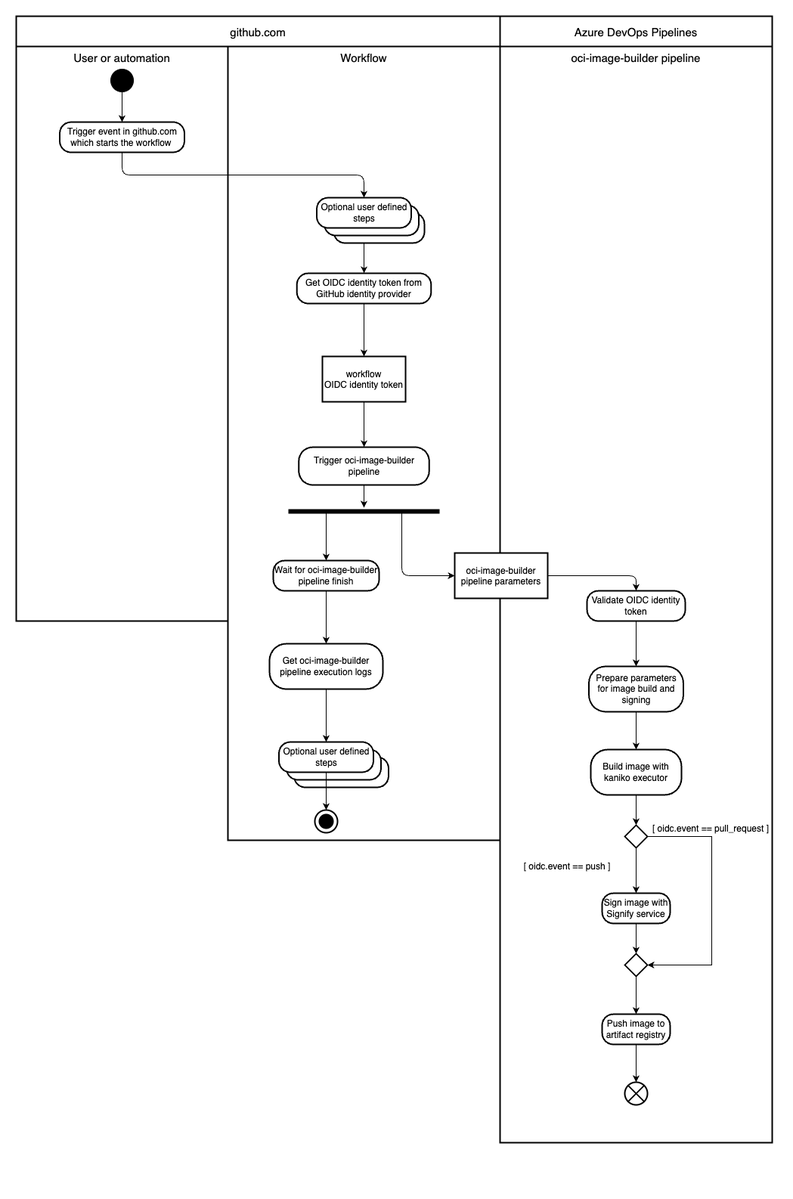
Before: cmd/image-builder/documentation_assets/image-builder-activity-diagram.png, a diagram exported from draw.io (kyma-project/test-infra). Source tidied: cells renumbered, new cells last; positions are measured from the earlier drawing's top-left corner, leaving out a move shared by most shapes.
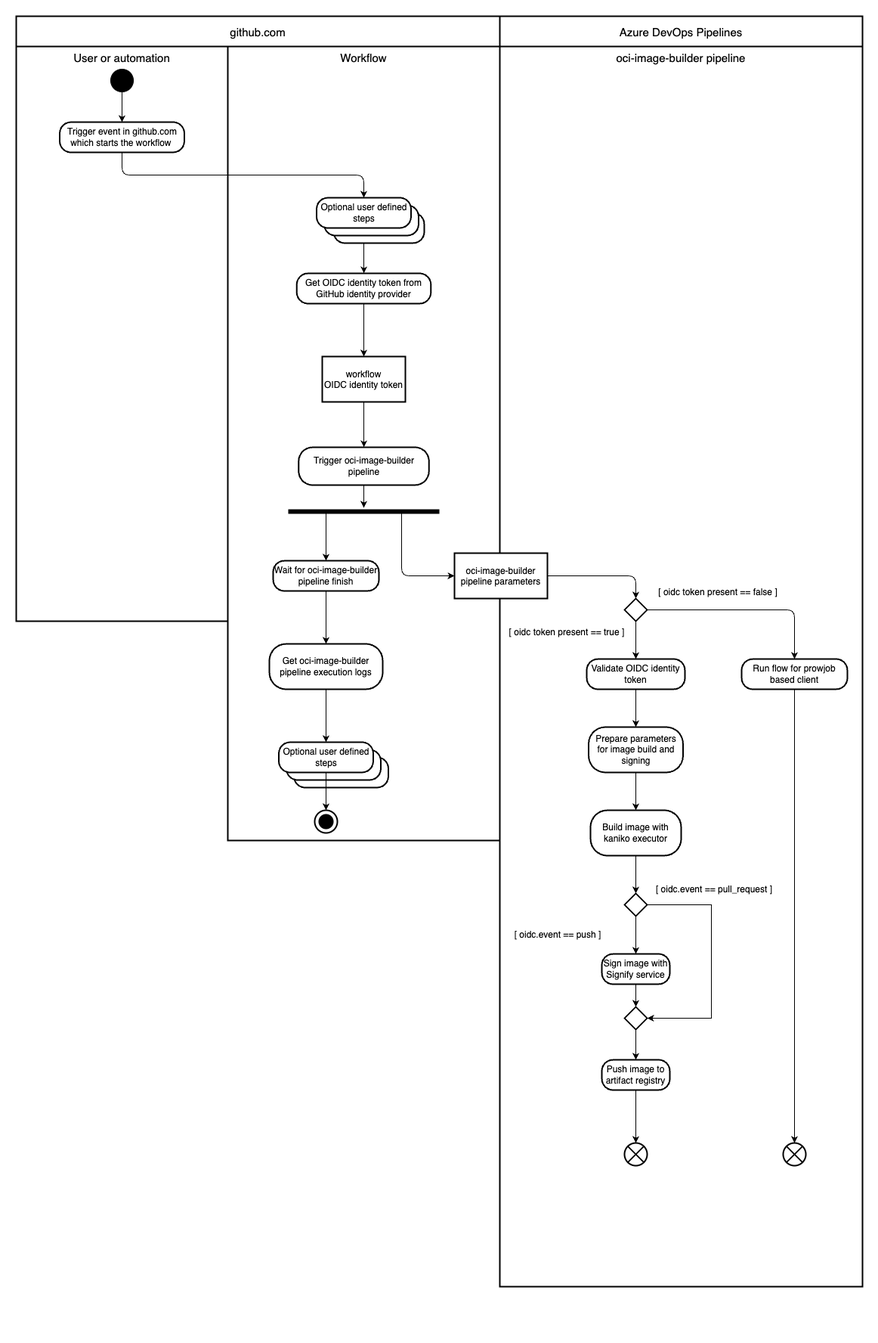
Above is the later version.

Commit message:
Describe parameters verification for call originating from prow.

What changed in the source:
```diff
@@ -6,7 +6,7 @@
       <mxGeometry y="40" width="280" height="760" as="geometry" />
     </mxCell>
     <mxCell id="3" value="Best viewed with the &lt;a href=&quot;https://github.com/ariel-bentu/tam-drawio&quot;&gt;TAM plugin&lt;/a&gt;" style="text;html=1;shape=tamPluginMissing;" parent="1" vertex="1">
-      <mxGeometry x="778.8" y="1520" width="200" height="25" as="geometry" />
+      <mxGeometry x="900" y="1710" width="200" height="25" as="geometry" />
     </mxCell>
     <mxCell id="4" style="edgeStyle=orthogonalEdgeStyle;rounded=0;jettySize=auto;html=1;" parent="1" edge="1" source="5" target="7">
       <mxGeometry relative="1" as="geometry" />
@@ -44,7 +44,7 @@
       <mxGeometry x="373.8" y="570" width="172.5" height="50" as="geometry" />
     </mxCell>
     <mxCell id="15" value="oci-image-builder pipeline" style="shape=agent;offsetSize=8;strokeWidth=2;verticalAlign=top;fontSize=15;" parent="1" vertex="1">
-      <mxGeometry x="640" y="40" width="360" height="1450" as="geometry" />
+      <mxGeometry x="640" y="40" width="480" height="1640" as="geometry" />
     </mxCell>
     <mxCell id="16" value="oci-image-builder&#10;pipeline parameters" style="shape=agent;offsetSize=8;strokeWidth=2;" parent="1" vertex="1">
       <mxGeometry x="580" y="710" width="123.1" height="60" as="geometry" />
@@ -53,49 +53,49 @@
       <mxGeometry relative="1" as="geometry" />
     </mxCell>
     <mxCell id="18" value="Validate OIDC identity token" style="rounded=1;whiteSpace=wrap;html=1;strokeWidth=2;arcSize=37;" parent="1" vertex="1">
-      <mxGeometry x="755" y="760" width="130" height="40" as="geometry" />
+      <mxGeometry x="755" y="850" width="130" height="40" as="geometry" />
     </mxCell>
-    <mxCell id="19" style="edgeStyle=orthogonalEdgeStyle;rounded=1;jettySize=auto;html=1;exitX=1;exitY=0.5;exitDx=0;exitDy=0;entryX=0.5;entryY=0;entryDx=0;entryDy=0;startArrow=none;startFill=0;endArrow=classic;endFill=1;startSize=6;endSize=6;align=center;fontSize=12;labelBackgroundColor=none;" parent="1" edge="1" source="16" target="18">
+    <mxCell id="19" style="edgeStyle=orthogonalEdgeStyle;rounded=1;jettySize=auto;html=1;exitX=1;exitY=0.5;exitDx=0;exitDy=0;entryX=0.5;entryY=0;entryDx=0;entryDy=0;startArrow=none;startFill=0;endArrow=classic;endFill=1;startSize=6;endSize=6;align=center;fontSize=12;labelBackgroundColor=none;" parent="1" edge="1" source="16" target="57">
       <mxGeometry relative="1" as="geometry" />
     </mxCell>
     <mxCell id="20" style="edgeStyle=orthogonalEdgeStyle;rounded=0;jettySize=auto;html=1;" parent="1" edge="1" source="21" target="23">
       <mxGeometry relative="1" as="geometry" />
     </mxCell>
     <mxCell id="21" value="Prepare parameters for image build and signing" style="rounded=1;whiteSpace=wrap;html=1;strokeWidth=2;arcSize=37;" parent="1" vertex="1">
-      <mxGeometry x="757.5" y="860" width="125" height="60" as="geometry" />
+      <mxGeometry x="757.5" y="940" width="125" height="60" as="geometry" />
     </mxCell>
     <mxCell id="22" style="edgeStyle=orthogonalEdgeStyle;rounded=0;jettySize=auto;html=1;" parent="1" edge="1" source="23" target="25">
       <mxGeometry relative="1" as="geometry" />
     </mxCell>
     <mxCell id="23" value="Build image with kaniko executor" style="rounded=1;whiteSpace=wrap;html=1;strokeWidth=2;arcSize=37;" parent="1" vertex="1">
-      <mxGeometry x="760" y="970" width="120" height="60" as="geometry" />
+      <mxGeometry x="760" y="1050" width="120" height="60" as="geometry" />
     </mxCell>
     <mxCell id="24" style="edgeStyle=orthogonalEdgeStyle;rounded=0;jettySize=auto;html=1;" parent="1" edge="1" source="25" target="27">
       <mxGeometry relative="1" as="geometry" />
     </mxCell>
     <mxCell id="25" style="rhombus;html=1;strokeWidth=2;" parent="1" vertex="1">
-      <mxGeometry x="805" y="1070" width="30" height="30" as="geometry" />
+      <mxGeometry x="805" y="1160" width="30" height="30" as="geometry" />
     </mxCell>
     <mxCell id="26" style="edgeStyle=orthogonalEdgeStyle;rounded=0;jettySize=auto;html=1;" parent="1" edge="1" source="27" target="32">
       <mxGeometry relative="1" as="geometry" />
     </mxCell>
     <mxCell id="27" value="Sign image with Signify service" style="rounded=1;whiteSpace=wrap;html=1;strokeWidth=2;arcSize=37;" parent="1" vertex="1">
-      <mxGeometry x="775" y="1160" width="90" height="40" as="geometry" />
+      <mxGeometry x="775" y="1240" width="90" height="40" as="geometry" />
     </mxCell>
     <mxCell id="28" style="edgeStyle=orthogonalEdgeStyle;rounded=0;jettySize=auto;html=1;" parent="1" edge="1" source="29" target="30">
       <mxGeometry relative="1" as="geometry" />
     </mxCell>
     <mxCell id="29" value="Push image to artifact registry" style="rounded=1;whiteSpace=wrap;html=1;strokeWidth=2;arcSize=37;" parent="1" vertex="1">
-      <mxGeometry x="775" y="1320" width="90" height="40" as="geometry" />
+      <mxGeometry x="775" y="1380" width="90" height="40" as="geometry" />
     </mxCell>
     <mxCell id="30" style="shape=sumEllipse;perimeter=ellipsePerimeter;whiteSpace=wrap;html=1;backgroundOutline=1;strokeWidth=2;" parent="1" vertex="1">
-      <mxGeometry x="805" y="1410" width="30" height="30" as="geometry" />
+      <mxGeometry x="805" y="1490" width="30" height="30" as="geometry" />
     </mxCell>
     <mxCell id="31" style="edgeStyle=orthogonalEdgeStyle;rounded=0;jettySize=auto;html=1;" parent="1" edge="1" source="32" target="29">
       <mxGeometry relative="1" as="geometry" />
     </mxCell>
     <mxCell id="32" style="rhombus;html=1;strokeWidth=2;" parent="1" vertex="1">
-      <mxGeometry x="805" y="1240" width="30" height="30" as="geometry" />
+      <mxGeometry x="805" y="1310" width="30" height="30" as="geometry" />
     </mxCell>
     <mxCell id="33" style="line;strokeWidth=6;html=1;fillColor=default;" parent="1" vertex="1">
       <mxGeometry x="360" y="650" width="200" height="10" as="geometry" />
@@ -133,16 +133,16 @@
     <mxCell id="42" style="endArrow=classic;html=1;rounded=0;exitX=1;exitY=0.5;exitDx=0;exitDy=0;entryX=1;entryY=0.5;entryDx=0;entryDy=0;edgeStyle=orthogonalEdgeStyle;" parent="1" edge="1" source="25" target="32">
       <mxGeometry relative="1" as="geometry">
         <Array as="points">
-          <mxPoint x="920" y="1085" />
-          <mxPoint x="920" y="1255" />
+          <mxPoint x="920" y="1175" />
+          <mxPoint x="920" y="1325" />
         </Array>
       </mxGeometry>
     </mxCell>
     <mxCell id="43" value="[ oidc.event == pull_request ]" style="text;html=1;align=center;verticalAlign=middle;whiteSpace=wrap;rounded=0;" parent="1" vertex="1">
-      <mxGeometry x="830" y="1060" width="177.5" height="30" as="geometry" />
+      <mxGeometry x="835" y="1140" width="177.5" height="30" as="geometry" />
     </mxCell>
     <mxCell id="44" value="[ oidc.event == push ]" style="text;html=1;align=center;verticalAlign=middle;whiteSpace=wrap;rounded=0;" parent="1" vertex="1">
-      <mxGeometry x="640" y="1110" width="177.5" height="30" as="geometry" />
+      <mxGeometry x="627.5" y="1200" width="177.5" height="30" as="geometry" />
     </mxCell>
     <mxCell id="45" style="edgeStyle=orthogonalEdgeStyle;rounded=0;jettySize=auto;html=1;" parent="1" edge="1" source="48" target="11">
       <mxGeometry relative="1" as="geometry" />
@@ -169,7 +169,31 @@
       <mxGeometry x="347.5" y="960" width="125" height="40" as="geometry" />
     </mxCell>
     <mxCell id="53" value="Azure DevOps Pipelines" style="shape=agent;offsetSize=8;strokeWidth=2;fontSize=15;" parent="1" vertex="1">
-      <mxGeometry x="640" width="360" height="40" as="geometry" />
+      <mxGeometry x="640" width="480" height="40" as="geometry" />
     </mxCell>
+    <mxCell id="54" style="edgeStyle=orthogonalEdgeStyle;rounded=0;jettySize=auto;html=1;exitX=0.5;exitY=1;exitDx=0;exitDy=0;" parent="1" edge="1" source="57" target="18">
+      <mxGeometry relative="1" as="geometry" />
+    </mxCell>
+    <mxCell id="55" style="edgeStyle=orthogonalEdgeStyle;rounded=0;jettySize=auto;html=1;" parent="1" edge="1" source="56" target="61">
+      <mxGeometry relative="1" as="geometry" />
+    </mxCell>
+    <mxCell id="56" value="Run flow for prowjob based client" style="rounded=1;whiteSpace=wrap;html=1;strokeWidth=2;arcSize=37;" parent="1" vertex="1">
+      <mxGeometry x="960" y="850" width="140" height="40" as="geometry" />
+    </mxCell>
+    <mxCell id="57" style="rhombus;html=1;strokeWidth=2;" parent="1" vertex="1">
+      <mxGeometry x="805" y="770" width="30" height="30" as="geometry" />
+    </mxCell>
+    <mxCell id="58" value="[ oidc token present == false ]" style="text;html=1;align=center;verticalAlign=middle;whiteSpace=wrap;rounded=0;" parent="1" vertex="1">
+      <mxGeometry x="840" y="747" width="177.5" height="30" as="geometry" />
+    </mxCell>
+    <mxCell id="59" style="edgeStyle=orthogonalEdgeStyle;rounded=1;jettySize=auto;html=1;exitX=1;exitY=0.5;exitDx=0;exitDy=0;entryX=0.5;entryY=0;entryDx=0;entryDy=0;startArrow=none;startFill=0;endArrow=classic;endFill=1;startSize=6;endSize=6;align=center;fontSize=12;labelBackgroundColor=none;" parent="1" edge="1" source="57" target="56">
+      <mxGeometry relative="1" as="geometry" />
+    </mxCell>
+    <mxCell id="60" value="[ oidc token present == true ]" style="text;html=1;align=center;verticalAlign=middle;whiteSpace=wrap;rounded=0;" parent="1" vertex="1">
+      <mxGeometry x="640" y="800" width="177.5" height="30" as="geometry" />
+    </mxCell>
+    <mxCell id="61" style="shape=sumEllipse;perimeter=ellipsePerimeter;whiteSpace=wrap;html=1;backgroundOutline=1;strokeWidth=2;" parent="1" vertex="1">
+      <mxGeometry x="1015" y="1490" width="30" height="30" as="geometry" />
+    </mxCell>
   </root>
 </mxGraphModel>
```
